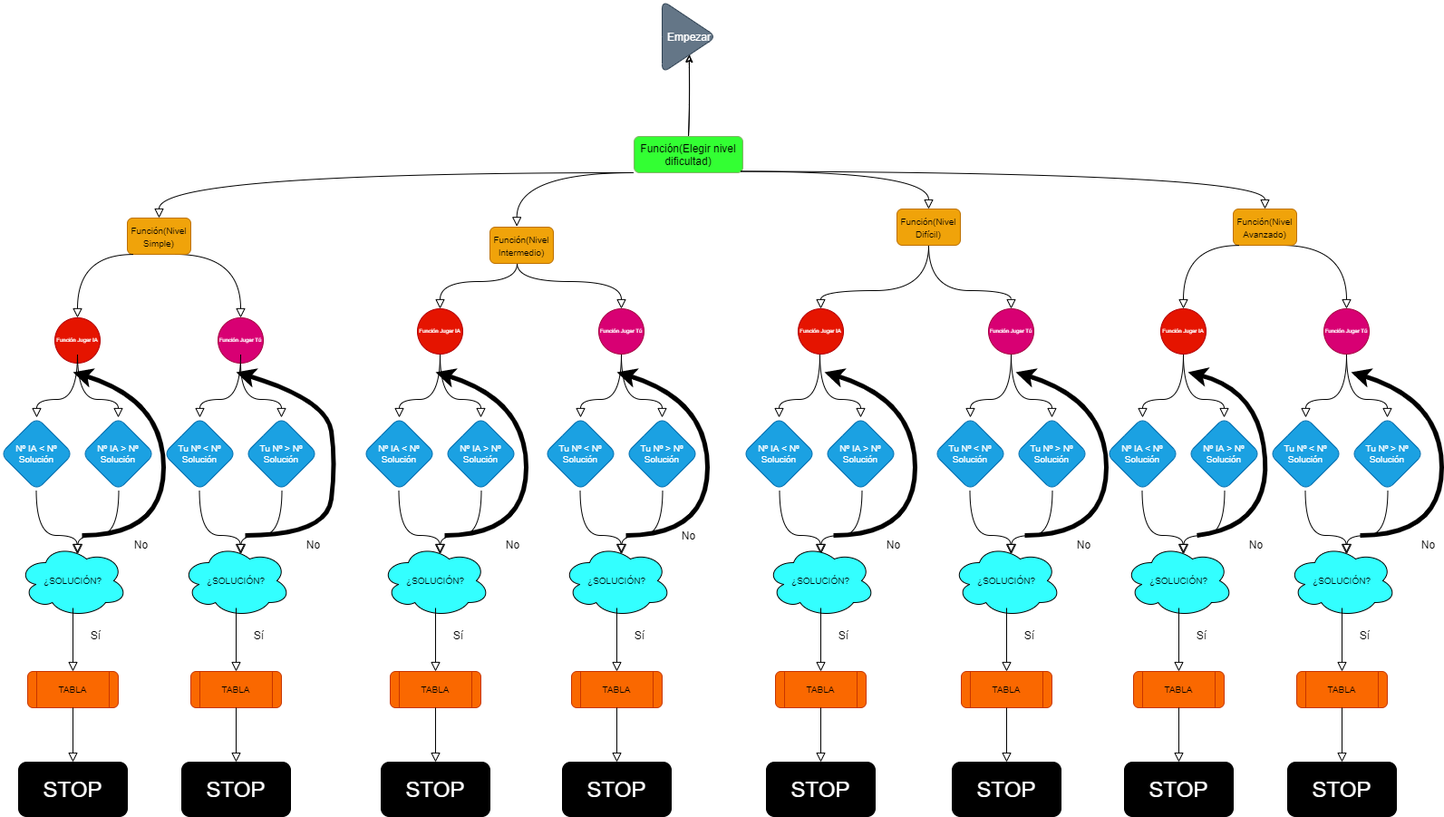
The draw.io diagram AdivinarNúmeroFlowchart.png in Diegodesantos1/AdivineElNumero, before a commit. Source tidied: cells renumbered, new cells last; positions are measured from the earlier drawing's top-left corner, leaving out a move shared by most shapes.
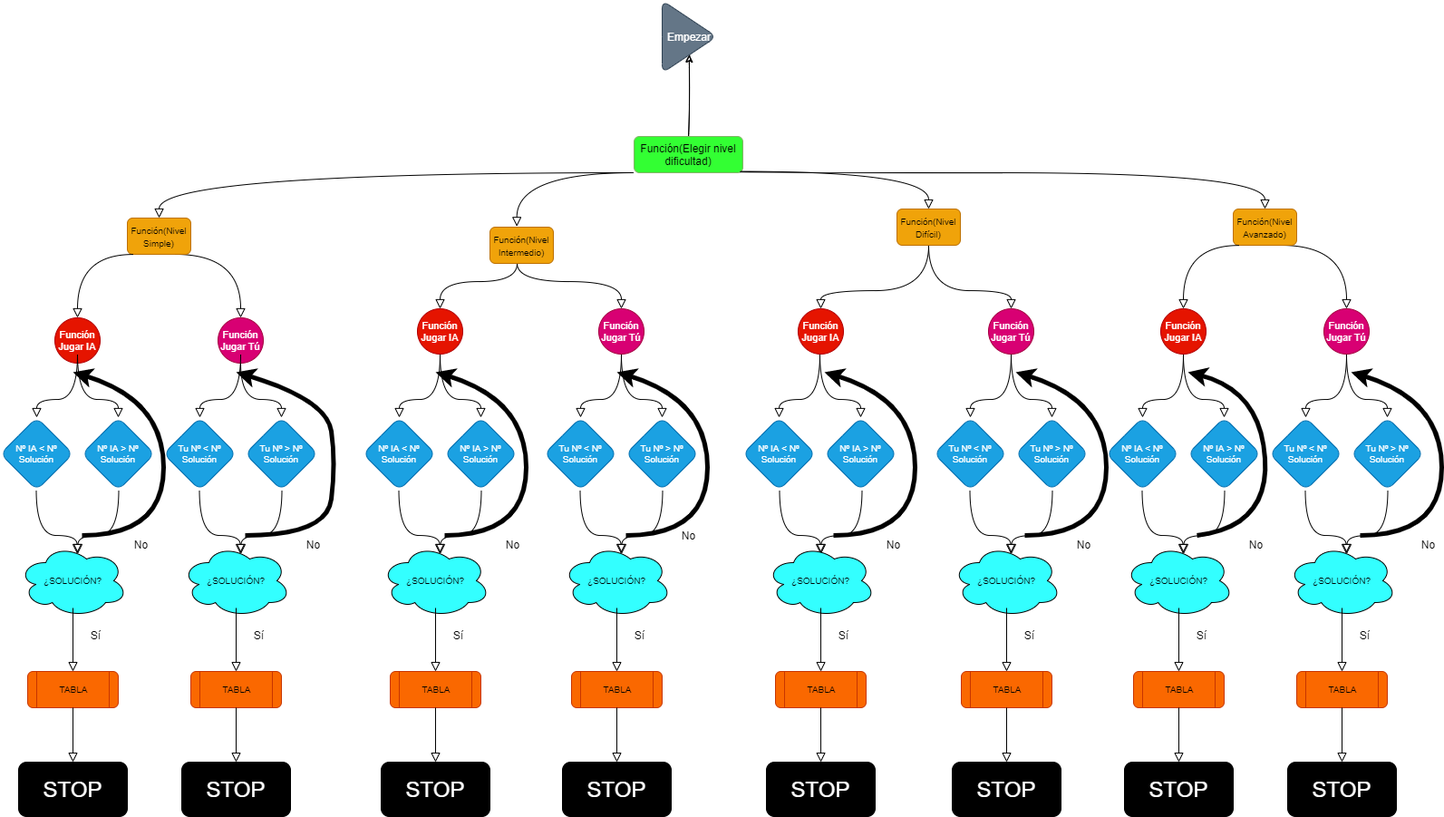
The same file after the commit.

Commit message:
Añadida la imagen del flowchart más clara

Diff of the diagram source:
```diff
@@ -70,16 +70,16 @@
         </Array>
       </mxGeometry>
     </mxCell>
-    <mxCell id="14" value="Función Jugar IA" style="ellipse;whiteSpace=wrap;html=1;fontSize=6;fillColor=#e51400;fontColor=#ffffff;strokeColor=#B20000;rounded=1;" parent="1" vertex="1">
+    <mxCell id="14" value="&lt;font style=&quot;font-size: 11px&quot;&gt;Función Jugar IA&lt;/font&gt;" style="ellipse;whiteSpace=wrap;html=1;fontSize=6;fillColor=#e51400;fontColor=#ffffff;strokeColor=#B20000;rounded=1;" parent="1" vertex="1">
       <mxGeometry x="60" y="350" width="50" height="50" as="geometry" />
     </mxCell>
-    <mxCell id="15" value="Función Jugar IA" style="ellipse;whiteSpace=wrap;html=1;fontSize=6;fillColor=#e51400;fontColor=#ffffff;strokeColor=#B20000;rounded=1;" parent="1" vertex="1">
+    <mxCell id="15" value="&lt;font style=&quot;font-size: 11px&quot;&gt;Función Jugar IA&lt;/font&gt;" style="ellipse;whiteSpace=wrap;html=1;fontSize=6;fillColor=#e51400;fontColor=#ffffff;strokeColor=#B20000;rounded=1;" parent="1" vertex="1">
       <mxGeometry x="880" y="340" width="50" height="50" as="geometry" />
     </mxCell>
-    <mxCell id="16" value="Función Jugar Tú" style="ellipse;whiteSpace=wrap;html=1;fontSize=6;fillColor=#d80073;fontColor=#ffffff;strokeColor=#A50040;rounded=1;" parent="1" vertex="1">
+    <mxCell id="16" value="&lt;font style=&quot;font-size: 11px&quot;&gt;Función Jugar Tú&lt;/font&gt;" style="ellipse;whiteSpace=wrap;html=1;fontSize=6;fillColor=#d80073;fontColor=#ffffff;strokeColor=#A50040;rounded=1;" parent="1" vertex="1">
       <mxGeometry x="1090" y="340" width="50" height="50" as="geometry" />
     </mxCell>
-    <mxCell id="17" value="Función Jugar Tú" style="ellipse;whiteSpace=wrap;html=1;fontSize=6;fillColor=#d80073;fontColor=#ffffff;strokeColor=#A50040;rounded=1;" parent="1" vertex="1">
+    <mxCell id="17" value="&lt;font style=&quot;font-size: 11px&quot;&gt;Función Jugar Tú&lt;/font&gt;" style="ellipse;whiteSpace=wrap;html=1;fontSize=6;fillColor=#d80073;fontColor=#ffffff;strokeColor=#A50040;rounded=1;" parent="1" vertex="1">
       <mxGeometry x="240" y="350" width="50" height="50" as="geometry" />
     </mxCell>
     <mxCell id="18" style="html=1;jettySize=auto;fontSize=11;endArrow=block;endFill=0;endSize=8;strokeWidth=1;shadow=0;labelBackgroundColor=none;edgeStyle=orthogonalEdgeStyle;entryX=0.5;entryY=0;entryDx=0;entryDy=0;curved=1;" parent="1" edge="1" target="20">
@@ -100,10 +100,10 @@
         </Array>
       </mxGeometry>
     </mxCell>
-    <mxCell id="20" value="Función Jugar IA" style="ellipse;whiteSpace=wrap;html=1;fontSize=6;fillColor=#e51400;fontColor=#ffffff;strokeColor=#B20000;rounded=1;" parent="1" vertex="1">
+    <mxCell id="20" value="&lt;font style=&quot;font-size: 11px&quot;&gt;Función Jugar IA&lt;/font&gt;" style="ellipse;whiteSpace=wrap;html=1;fontSize=6;fillColor=#e51400;fontColor=#ffffff;strokeColor=#B20000;rounded=1;" parent="1" vertex="1">
       <mxGeometry x="460" y="340" width="50" height="50" as="geometry" />
     </mxCell>
-    <mxCell id="21" value="Función Jugar Tú" style="ellipse;whiteSpace=wrap;html=1;fontSize=6;fillColor=#d80073;fontColor=#ffffff;strokeColor=#A50040;rounded=1;" parent="1" vertex="1">
+    <mxCell id="21" value="&lt;font style=&quot;font-size: 11px&quot;&gt;Función Jugar Tú&lt;/font&gt;" style="ellipse;whiteSpace=wrap;html=1;fontSize=6;fillColor=#d80073;fontColor=#ffffff;strokeColor=#A50040;rounded=1;" parent="1" vertex="1">
       <mxGeometry x="660" y="340" width="50" height="50" as="geometry" />
     </mxCell>
     <mxCell id="22" style="html=1;jettySize=auto;fontSize=11;endArrow=block;endFill=0;endSize=8;strokeWidth=1;shadow=0;labelBackgroundColor=none;edgeStyle=orthogonalEdgeStyle;entryX=0.5;entryY=0;entryDx=0;entryDy=0;curved=1;" parent="1" edge="1" target="24">
@@ -229,7 +229,7 @@
         </Array>
       </mxGeometry>
     </mxCell>
-    <mxCell id="42" value="Función Jugar IA" style="ellipse;whiteSpace=wrap;html=1;fontSize=6;fillColor=#e51400;fontColor=#ffffff;strokeColor=#B20000;rounded=1;" parent="1" vertex="1">
+    <mxCell id="42" value="&lt;font style=&quot;font-size: 11px&quot;&gt;Función Jugar IA&lt;/font&gt;" style="ellipse;whiteSpace=wrap;html=1;fontSize=6;fillColor=#e51400;fontColor=#ffffff;strokeColor=#B20000;rounded=1;" parent="1" vertex="1">
       <mxGeometry x="1280" y="340" width="50" height="50" as="geometry" />
     </mxCell>
     <mxCell id="43" style="html=1;jettySize=auto;fontSize=11;endArrow=block;endFill=0;endSize=8;strokeWidth=1;shadow=0;labelBackgroundColor=none;edgeStyle=orthogonalEdgeStyle;entryX=0.5;entryY=0;entryDx=0;entryDy=0;curved=1;" parent="1" edge="1" source="42" target="46">
@@ -279,7 +279,7 @@
         </Array>
       </mxGeometry>
     </mxCell>
-    <mxCell id="51" value="Función Jugar Tú" style="ellipse;whiteSpace=wrap;html=1;fontSize=6;fillColor=#d80073;fontColor=#ffffff;strokeColor=#A50040;rounded=1;" parent="1" vertex="1">
+    <mxCell id="51" value="&lt;font style=&quot;font-size: 11px&quot;&gt;Función Jugar Tú&lt;/font&gt;" style="ellipse;whiteSpace=wrap;html=1;fontSize=6;fillColor=#d80073;fontColor=#ffffff;strokeColor=#A50040;rounded=1;" parent="1" vertex="1">
       <mxGeometry x="1460" y="340" width="50" height="50" as="geometry" />
     </mxCell>
     <mxCell id="52" style="html=1;jettySize=auto;fontSize=11;endArrow=block;endFill=0;endSize=8;strokeWidth=1;shadow=0;labelBackgroundColor=none;edgeStyle=orthogonalEdgeStyle;entryX=0.5;entryY=0;entryDx=0;entryDy=0;curved=1;" parent="1" edge="1" target="55">
```
